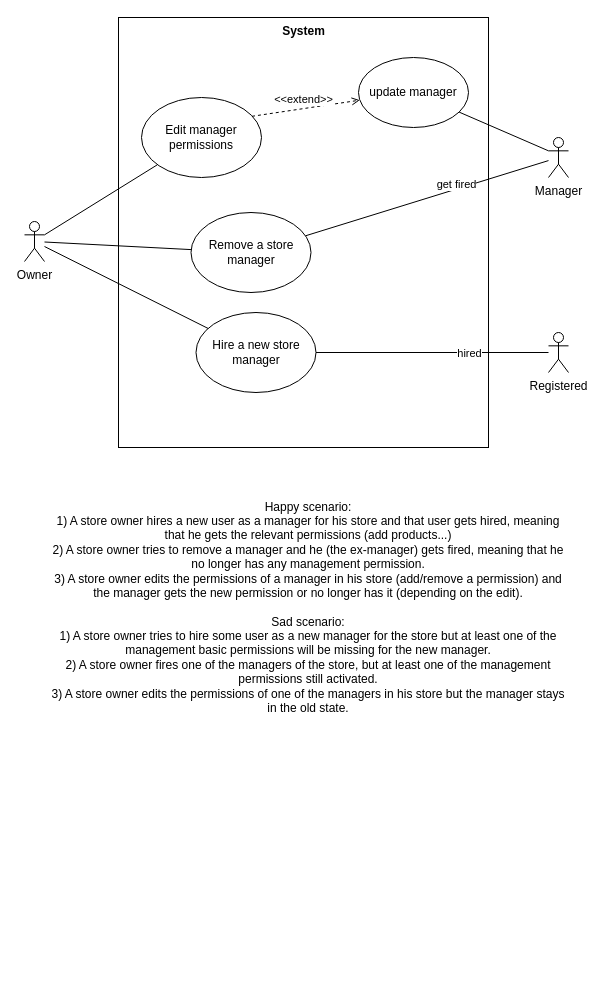
The draw.io diagram use cases/use case 4.5 4.6 4.7.drawio in LevyIfta/Team-19B-Project, before the edit. Source tidied: cells renumbered, new cells numbered last; positions are measured from the earlier drawing's top-left corner, leaving out a move shared by most shapes. Both pictures are drawn from the tidied source at 100%, with x=0, y=0 at pixel (24, 17).
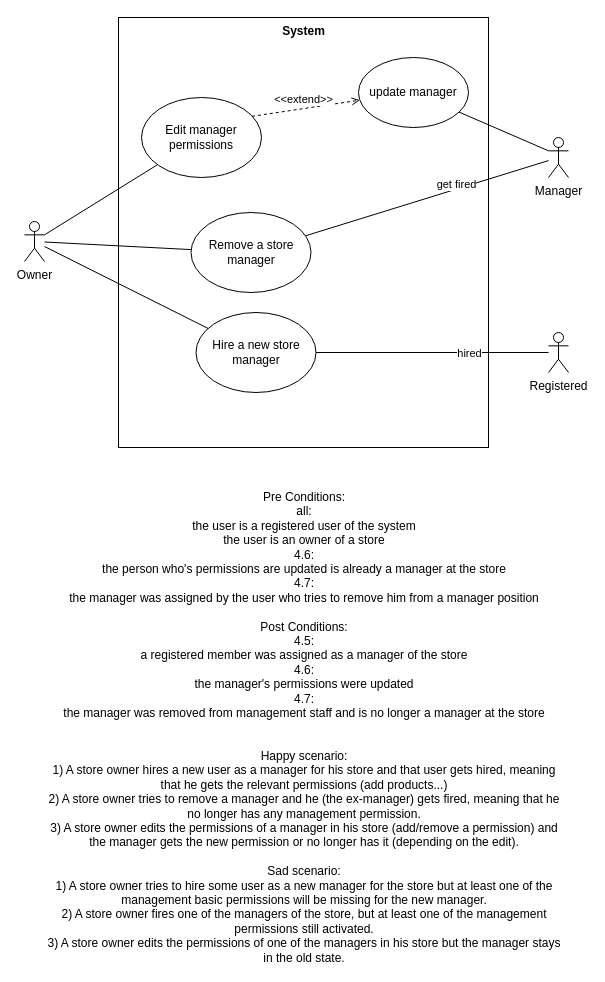
Above is the later version.

Diff of the diagram source:
```diff
@@
-    <mxCell id="19" value="&lt;span&gt;Happy scenario:&lt;/span&gt;&lt;br&gt;&lt;span&gt;1) A store owner hires a new user as a manager for his store and that user gets hired, meaning that he gets the relevant permissions (add products...)&lt;br&gt;2) A store owner tries to remove a manager and he (the ex-manager) gets fired, meaning that he no longer has any management permission.&lt;br&gt;3) A store owner edits the permissions of a manager in his store (add/remove a permission) and the manager gets the new permission or no longer has it (depending on the edit).&lt;br&gt;&lt;br&gt;Sad scenario:&lt;br&gt;1) A store owner tries to hire some user as a new manager for the store but at least one of the management basic permissions will be missing for the new manager.&lt;br&gt;2) A store owner fires one of the managers of the store, but at least one of the management permissions still activated.&lt;br&gt;3) A store owner edits the permissions of one of the managers in his store but the manager stays in the old state.&lt;br&gt;&lt;/span&gt;" style="text;html=1;strokeColor=none;fillColor=none;align=center;verticalAlign=middle;whiteSpace=wrap;rounded=0;" parent="1" vertex="1">
-      <mxGeometry x="24" y="580" width="520" height="20" as="geometry" />
+    <mxCell id="19" value="&lt;span&gt;Pre Conditions:&lt;br&gt;all:&lt;br&gt;the user is a registered user of the system&lt;br&gt;the user is an owner of a store&lt;br&gt;4.6:&lt;br&gt;the person who's permissions are updated is already a manager at the store&lt;br&gt;4.7:&lt;br&gt;the manager was assigned by the user who tries to remove him from a manager position&lt;br&gt;&lt;br&gt;Post Conditions:&lt;br&gt;4.5:&lt;br&gt;a registered member was assigned as a manager of the store&lt;br&gt;4.6:&lt;br&gt;the manager's permissions were updated&lt;br&gt;4.7:&lt;br&gt;the manager was removed from management staff and is no longer a manager at the store&lt;br&gt;&lt;br&gt;&lt;br&gt;Happy scenario:&lt;/span&gt;&lt;br&gt;&lt;span&gt;1) A store owner hires a new user as a manager for his store and that user gets hired, meaning that he gets the relevant permissions (add products...)&lt;br&gt;2) A store owner tries to remove a manager and he (the ex-manager) gets fired, meaning that he no longer has any management permission.&lt;br&gt;3) A store owner edits the permissions of a manager in his store (add/remove a permission) and the manager gets the new permission or no longer has it (depending on the edit).&lt;br&gt;&lt;br&gt;Sad scenario:&lt;br&gt;1) A store owner tries to hire some user as a new manager for the store but at least one of the management basic permissions will be missing for the new manager.&lt;br&gt;2) A store owner fires one of the managers of the store, but at least one of the management permissions still activated.&lt;br&gt;3) A store owner edits the permissions of one of the managers in his store but the manager stays in the old state.&lt;br&gt;&lt;/span&gt;" style="text;html=1;strokeColor=none;fillColor=none;align=center;verticalAlign=middle;whiteSpace=wrap;rounded=0;" parent="1" vertex="1">
+      <mxGeometry x="20" y="700" width="520" height="20" as="geometry" />
     </mxCell>
```
